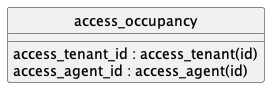
Earlier version of the PlantUML export doc/concepts/access_occupancy/uml.png (contactopensource/contactopensource). Source of this version:
```plantuml
@startuml uml
skinparam monochrome true
skinparam linetype ortho
hide circle

entity access_occupancy {
    access_tenant_id : access_tenant(id)
    access_agent_id : access_agent(id)
}

@enduml
```
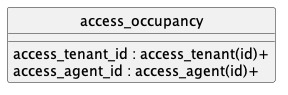
After the commit.

What changed in the source:
```diff
@@ -4,8 +4,8 @@
 hide circle
 
 entity access_occupancy {
-    access_tenant_id : access_tenant(id)
-    access_agent_id : access_agent(id)
+    access_tenant_id : access_tenant(id)+
+    access_agent_id : access_agent(id)+
 }
 
 @enduml
```
